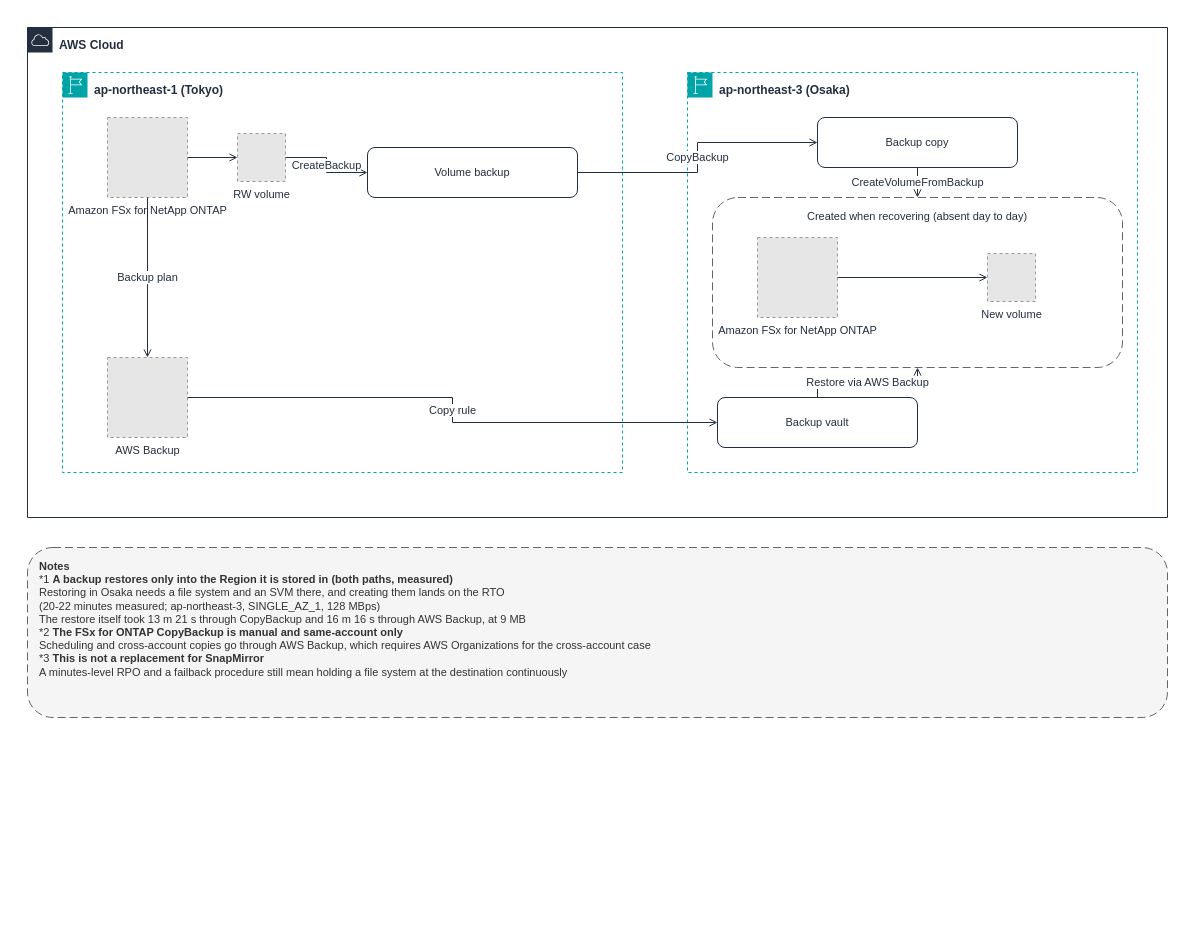
Yoshiki0705/FSx-for-ONTAP-Adoption-Playbook keeps this draw.io diagram as docs/_assets/diagrams/backup-copy-cross-region-en.drawio. Above is the earlier version. Source tidied: cells renumbered, new cells numbered last; positions are measured from the earlier drawing's top-left corner, leaving out a move shared by most shapes. Both pictures are drawn from the tidied source at 100%, with x=0, y=0 at pixel (27, 27). Pictures stored in the file or linked from it are replaced by grey dashed boxes.
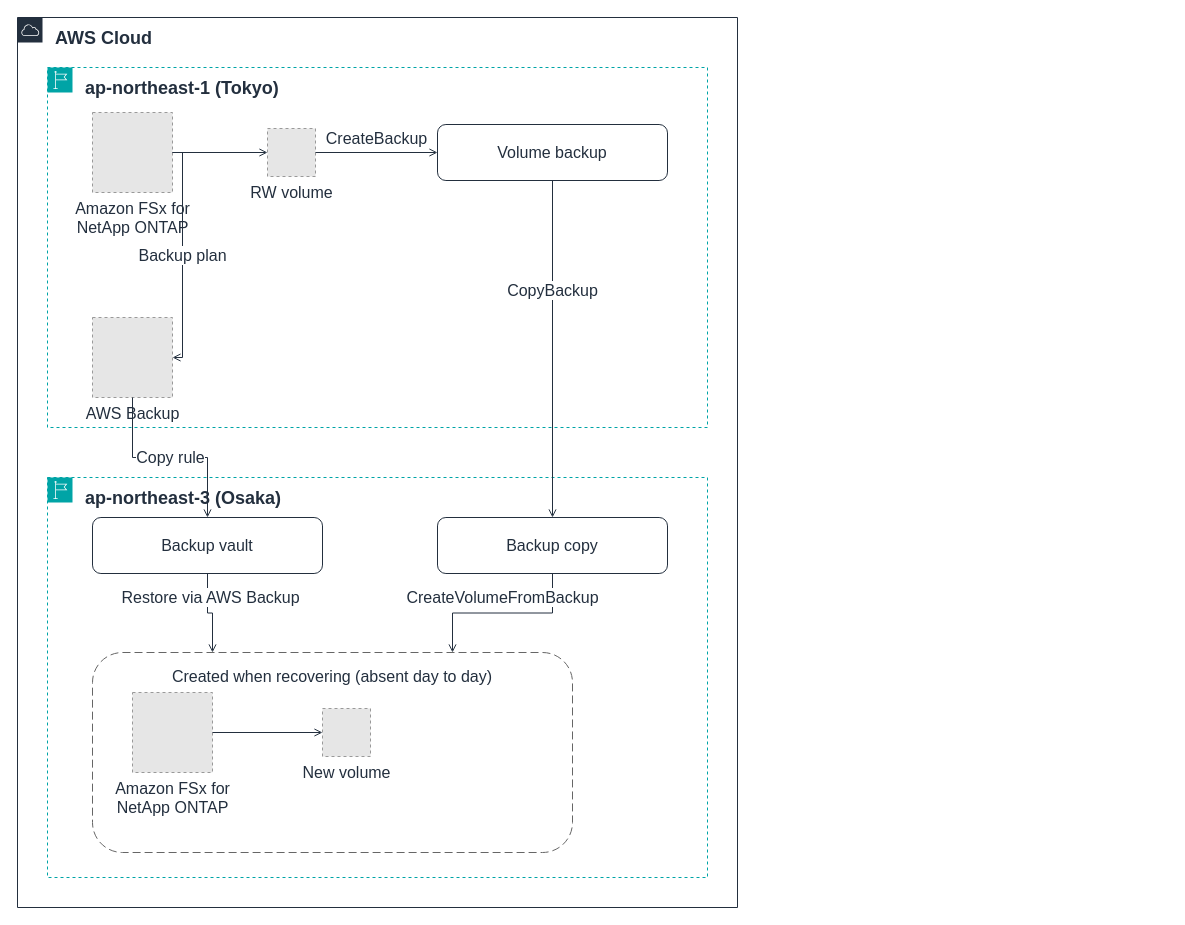
The same diagram, later.

What changed in the source:
```diff
@@
-    <mxCell id="2" value="AWS Cloud" style="gradientColor=none;html=1;whiteSpace=wrap;fontSize=12;fontStyle=1;fontColor=#232F3E;shape=mxgraph.aws4.group;grIcon=mxgraph.aws4.group_aws_cloud;strokeColor=#232F3E;fillColor=none;verticalAlign=top;align=left;spacingLeft=30;spacingTop=4;dashed=0;" parent="1" vertex="1">
-      <mxGeometry width="1140" height="490" as="geometry" />
+    <mxCell id="2" value="AWS Cloud" style="gradientColor=none;html=1;whiteSpace=wrap;fontSize=18;fontStyle=1;fontColor=#232F3E;shape=mxgraph.aws4.group;grIcon=mxgraph.aws4.group_aws_cloud;strokeColor=#232F3E;fillColor=none;verticalAlign=top;align=left;spacingLeft=36;spacingTop=4;dashed=0;" parent="1" vertex="1">
+      <mxGeometry x="-10" y="-10" width="720" height="890" as="geometry" />
     </mxCell>
-    <mxCell id="3" value="ap-northeast-1 (Tokyo)" style="gradientColor=none;html=1;whiteSpace=wrap;fontSize=12;fontStyle=1;fontColor=#232F3E;shape=mxgraph.aws4.group;grIcon=mxgraph.aws4.group_region;strokeColor=#00A4A6;fillColor=none;verticalAlign=top;align=left;spacingLeft=30;spacingTop=4;dashed=1;" parent="1" vertex="1">
-      <mxGeometry x="35" y="45" width="560" height="400" as="geometry" />
+    <mxCell id="3" value="ap-northeast-1 (Tokyo)" style="gradientColor=none;html=1;whiteSpace=wrap;fontSize=18;fontStyle=1;fontColor=#232F3E;shape=mxgraph.aws4.group;grIcon=mxgraph.aws4.group_region;strokeColor=#00A4A6;fillColor=none;verticalAlign=top;align=left;spacingLeft=36;spacingTop=4;dashed=1;" parent="1" vertex="1">
+      <mxGeometry x="20" y="40" width="660" height="360" as="geometry" />
     </mxCell>
-    <mxCell id="4" value="ap-northeast-3 (Osaka)" style="gradientColor=none;html=1;whiteSpace=wrap;fontSize=12;fontStyle=1;fontColor=#232F3E;shape=mxgraph.aws4.group;grIcon=mxgraph.aws4.group_region;strokeColor=#00A4A6;fillColor=none;verticalAlign=top;align=left;spacingLeft=30;spacingTop=4;dashed=1;" parent="1" vertex="1">
-      <mxGeometry x="660" y="45" width="450" height="400" as="geometry" />
+    <mxCell id="4" value="ap-northeast-3 (Osaka)" style="gradientColor=none;html=1;whiteSpace=wrap;fontSize=18;fontStyle=1;fontColor=#232F3E;shape=mxgraph.aws4.group;grIcon=mxgraph.aws4.group_region;strokeColor=#00A4A6;fillColor=none;verticalAlign=top;align=left;spacingLeft=36;spacingTop=4;dashed=1;" parent="1" vertex="1">
+      <mxGeometry x="20" y="450" width="660" height="400" as="geometry" />
     </mxCell>
-    <mxCell id="5" value="Created when recovering (absent day to day)" style="rounded=1;whiteSpace=wrap;html=1;dashed=1;dashPattern=8 4;strokeColor=#666666;fillColor=none;fontColor=#232F3E;fontSize=11;verticalAlign=top;align=center;spacingTop=6;" parent="1" vertex="1">
-      <mxGeometry x="685" y="170" width="410" height="170" as="geometry" />
+    <mxCell id="5" value="Created when recovering (absent day to day)" style="rounded=1;whiteSpace=wrap;html=1;dashed=1;dashPattern=8 4;strokeColor=#666666;fillColor=none;fontColor=#232F3E;fontSize=16;verticalAlign=top;align=center;spacingTop=8;" parent="1" vertex="1">
+      <mxGeometry x="65" y="625" width="480" height="200" as="geometry" />
     </mxCell>
-    <mxCell id="6" value="Volume backup" style="rounded=1;whiteSpace=wrap;html=1;strokeColor=#232F3E;fillColor=none;fontColor=#232F3E;fontSize=11;verticalAlign=middle;align=center;" parent="1" vertex="1">
-      <mxGeometry x="340" y="120" width="210" height="50" as="geometry" />
+    <mxCell id="6" value="Volume backup" style="rounded=1;whiteSpace=wrap;html=1;strokeColor=#232F3E;fillColor=none;fontColor=#232F3E;fontSize=16;verticalAlign=middle;align=center;" parent="1" vertex="1">
+      <mxGeometry x="410" y="97" width="230" height="56" as="geometry" />
     </mxCell>
-    <mxCell id="7" value="Backup copy" style="rounded=1;whiteSpace=wrap;html=1;strokeColor=#232F3E;fillColor=none;fontColor=#232F3E;fontSize=11;verticalAlign=middle;align=center;" parent="1" vertex="1">
-      <mxGeometry x="790" y="90" width="200" height="50" as="geometry" />
+    <mxCell id="7" value="Backup copy" style="rounded=1;whiteSpace=wrap;html=1;strokeColor=#232F3E;fillColor=none;fontColor=#232F3E;fontSize=16;verticalAlign=middle;align=center;" parent="1" vertex="1">
+      <mxGeometry x="410" y="490" width="230" height="56" as="geometry" />
     </mxCell>
-    <mxCell id="8" value="Backup vault" style="rounded=1;whiteSpace=wrap;html=1;strokeColor=#232F3E;fillColor=none;fontColor=#232F3E;fontSize=11;verticalAlign=middle;align=center;" parent="1" vertex="1">
-      <mxGeometry x="690" y="370" width="200" height="50" as="geometry" />
+    <mxCell id="8" value="Backup vault" style="rounded=1;whiteSpace=wrap;html=1;strokeColor=#232F3E;fillColor=none;fontColor=#232F3E;fontSize=16;verticalAlign=middle;align=center;" parent="1" vertex="1">
+      <mxGeometry x="65" y="490" width="230" height="56" as="geometry" />
     </mxCell>
-    <mxCell id="9" value="Amazon FSx for NetApp ONTAP" style="fillColor=#E6E6E6;strokeColor=#999999;dashed=1;html=1;verticalLabelPosition=bottom;verticalAlign=top;labelPosition=center;align=center;fontSize=11;fontColor=#232F3E;" parent="1" vertex="1">
-      <mxGeometry x="80" y="90" width="80" height="80" as="geometry" />
+    <mxCell id="9" value="Amazon FSx for&lt;br&gt;NetApp ONTAP" style="fillColor=#E6E6E6;strokeColor=#999999;dashed=1;html=1;verticalLabelPosition=bottom;verticalAlign=top;labelPosition=center;align=center;fontSize=16;fontColor=#232F3E;" parent="1" vertex="1">
+      <mxGeometry x="65" y="85" width="80" height="80" as="geometry" />
     </mxCell>
-    <mxCell id="10" value="RW volume" style="fillColor=#E6E6E6;strokeColor=#999999;dashed=1;html=1;verticalLabelPosition=bottom;verticalAlign=top;labelPosition=center;align=center;fontSize=11;fontColor=#232F3E;" parent="1" vertex="1">
-      <mxGeometry x="210" y="106" width="48" height="48" as="geometry" />
+    <mxCell id="10" value="RW volume" style="fillColor=#E6E6E6;strokeColor=#999999;dashed=1;html=1;verticalLabelPosition=bottom;verticalAlign=top;labelPosition=center;align=center;fontSize=16;fontColor=#232F3E;" parent="1" vertex="1">
+      <mxGeometry x="240" y="101" width="48" height="48" as="geometry" />
     </mxCell>
-    <mxCell id="11" value="AWS Backup" style="fillColor=#E6E6E6;strokeColor=#999999;dashed=1;html=1;verticalLabelPosition=bottom;verticalAlign=top;labelPosition=center;align=center;fontSize=11;fontColor=#232F3E;" parent="1" vertex="1">
-      <mxGeometry x="80" y="330" width="80" height="80" as="geometry" />
+    <mxCell id="11" value="AWS Backup" style="fillColor=#E6E6E6;strokeColor=#999999;dashed=1;html=1;verticalLabelPosition=bottom;verticalAlign=top;labelPosition=center;align=center;fontSize=16;fontColor=#232F3E;" parent="1" vertex="1">
+      <mxGeometry x="65" y="290" width="80" height="80" as="geometry" />
     </mxCell>
-    <mxCell id="12" value="Amazon FSx for NetApp ONTAP" style="fillColor=#E6E6E6;strokeColor=#999999;dashed=1;html=1;verticalLabelPosition=bottom;verticalAlign=top;labelPosition=center;align=center;fontSize=11;fontColor=#232F3E;" parent="1" vertex="1">
-      <mxGeometry x="730" y="210" width="80" height="80" as="geometry" />
+    <mxCell id="12" value="Amazon FSx for&lt;br&gt;NetApp ONTAP" style="fillColor=#E6E6E6;strokeColor=#999999;dashed=1;html=1;verticalLabelPosition=bottom;verticalAlign=top;labelPosition=center;align=center;fontSize=16;fontColor=#232F3E;" parent="1" vertex="1">
+      <mxGeometry x="105" y="665" width="80" height="80" as="geometry" />
     </mxCell>
-    <mxCell id="13" value="New volume" style="fillColor=#E6E6E6;strokeColor=#999999;dashed=1;html=1;verticalLabelPosition=bottom;verticalAlign=top;labelPosition=center;align=center;fontSize=11;fontColor=#232F3E;" parent="1" vertex="1">
-      <mxGeometry x="960" y="226" width="48" height="48" as="geometry" />
+    <mxCell id="13" value="New volume" style="fillColor=#E6E6E6;strokeColor=#999999;dashed=1;html=1;verticalLabelPosition=bottom;verticalAlign=top;labelPosition=center;align=center;fontSize=16;fontColor=#232F3E;" parent="1" vertex="1">
+      <mxGeometry x="295" y="681" width="48" height="48" as="geometry" />
     </mxCell>
-    <mxCell id="14" style="edgeStyle=orthogonalEdgeStyle;rounded=0;html=1;endArrow=open;endFill=0;strokeColor=#232F3E;strokeWidth=1;fontSize=11;fontColor=#232F3E;labelBackgroundColor=#FFFFFF;" parent="1" edge="1" source="9" target="10">
+    <mxCell id="14" style="edgeStyle=orthogonalEdgeStyle;rounded=0;html=1;endArrow=open;endFill=0;strokeColor=#232F3E;strokeWidth=1;fontSize=16;fontColor=#232F3E;labelBackgroundColor=#FFFFFF;" parent="1" edge="1" source="9" target="10">
       <mxGeometry relative="1" as="geometry" />
     </mxCell>
-    <mxCell id="15" value="CreateBackup" style="edgeStyle=orthogonalEdgeStyle;rounded=0;html=1;endArrow=open;endFill=0;strokeColor=#232F3E;strokeWidth=1;fontSize=11;fontColor=#232F3E;labelBackgroundColor=#FFFFFF;" parent="1" edge="1" source="10" target="6">
-      <mxGeometry relative="1" as="geometry" />
+    <mxCell id="15" value="CreateBackup" style="edgeStyle=orthogonalEdgeStyle;rounded=0;html=1;endArrow=open;endFill=0;strokeColor=#232F3E;strokeWidth=1;fontSize=16;fontColor=#232F3E;labelBackgroundColor=#FFFFFF;" parent="1" edge="1" source="10" target="6">
+      <mxGeometry relative="1" as="geometry">
+        <mxPoint y="-14" as="offset" />
+      </mxGeometry>
     </mxCell>
-    <mxCell id="16" value="CopyBackup" style="edgeStyle=orthogonalEdgeStyle;rounded=0;html=1;endArrow=open;endFill=0;strokeColor=#232F3E;strokeWidth=1;fontSize=11;fontColor=#232F3E;labelBackgroundColor=#FFFFFF;" parent="1" edge="1" source="6" target="7">
-      <mxGeometry relative="1" as="geometry" />
+    <mxCell id="16" value="CopyBackup" style="edgeStyle=orthogonalEdgeStyle;rounded=0;html=1;endArrow=open;endFill=0;strokeColor=#232F3E;strokeWidth=1;fontSize=16;fontColor=#232F3E;labelBackgroundColor=#FFFFFF;exitX=0.5;exitY=1.0;exitDx=0;exitDy=0;entryX=0.5;entryY=0.0;entryDx=0;entryDy=0;" parent="1" edge="1" source="6" target="7">
+      <mxGeometry x="-0.35" relative="1" as="geometry" />
     </mxCell>
-    <mxCell id="17" value="Backup plan" style="edgeStyle=orthogonalEdgeStyle;rounded=0;html=1;endArrow=open;endFill=0;strokeColor=#232F3E;strokeWidth=1;fontSize=11;fontColor=#232F3E;labelBackgroundColor=#FFFFFF;" parent="1" edge="1" source="9" target="11">
+    <mxCell id="17" value="Backup plan" style="edgeStyle=orthogonalEdgeStyle;rounded=0;html=1;endArrow=open;endFill=0;strokeColor=#232F3E;strokeWidth=1;fontSize=16;fontColor=#232F3E;labelBackgroundColor=#FFFFFF;exitX=1.0;exitY=0.5;exitDx=0;exitDy=0;entryX=1.0;entryY=0.5;entryDx=0;entryDy=0;" parent="1" edge="1" source="9" target="11">
       <mxGeometry relative="1" as="geometry" />
     </mxCell>
-    <mxCell id="18" value="Copy rule" style="edgeStyle=orthogonalEdgeStyle;rounded=0;html=1;endArrow=open;endFill=0;strokeColor=#232F3E;strokeWidth=1;fontSize=11;fontColor=#232F3E;labelBackgroundColor=#FFFFFF;" parent="1" edge="1" source="11" target="8">
+    <mxCell id="18" value="Copy rule" style="edgeStyle=orthogonalEdgeStyle;rounded=0;html=1;endArrow=open;endFill=0;strokeColor=#232F3E;strokeWidth=1;fontSize=16;fontColor=#232F3E;labelBackgroundColor=#FFFFFF;exitX=0.5;exitY=1.0;exitDx=0;exitDy=0;entryX=0.5;entryY=0.0;entryDx=0;entryDy=0;" parent="1" edge="1" source="11" target="8">
       <mxGeometry relative="1" as="geometry" />
     </mxCell>
-    <mxCell id="19" value="CreateVolumeFromBackup" style="edgeStyle=orthogonalEdgeStyle;rounded=0;html=1;endArrow=open;endFill=0;strokeColor=#232F3E;strokeWidth=1;fontSize=11;fontColor=#232F3E;labelBackgroundColor=#FFFFFF;exitX=0.5;exitY=1.0;exitDx=0;exitDy=0;entryX=0.5;entryY=0.0;entryDx=0;entryDy=0;" parent="1" edge="1" source="7" target="5">
-      <mxGeometry relative="1" as="geometry" />
+    <mxCell id="19" value="CreateVolumeFromBackup" style="edgeStyle=orthogonalEdgeStyle;rounded=0;html=1;endArrow=open;endFill=0;strokeColor=#232F3E;strokeWidth=1;fontSize=16;fontColor=#232F3E;labelBackgroundColor=#FFFFFF;exitX=0.5;exitY=1.0;exitDx=0;exitDy=0;entryX=0.75;entryY=0.0;entryDx=0;entryDy=0;" parent="1" edge="1" source="7" target="5">
+      <mxGeometry relative="1" as="geometry">
+        <mxPoint y="-16" as="offset" />
+      </mxGeometry>
     </mxCell>
-    <mxCell id="20" value="Restore via AWS Backup" style="edgeStyle=orthogonalEdgeStyle;rounded=0;html=1;endArrow=open;endFill=0;strokeColor=#232F3E;strokeWidth=1;fontSize=11;fontColor=#232F3E;labelBackgroundColor=#FFFFFF;exitX=0.5;exitY=0.0;exitDx=0;exitDy=0;entryX=0.5;entryY=1.0;entryDx=0;entryDy=0;" parent="1" edge="1" source="8" target="5">
-      <mxGeometry relative="1" as="geometry" />
+    <mxCell id="20" value="Restore via AWS Backup" style="edgeStyle=orthogonalEdgeStyle;rounded=0;html=1;endArrow=open;endFill=0;strokeColor=#232F3E;strokeWidth=1;fontSize=16;fontColor=#232F3E;labelBackgroundColor=#FFFFFF;exitX=0.5;exitY=1.0;exitDx=0;exitDy=0;entryX=0.25;entryY=0.0;entryDx=0;entryDy=0;" parent="1" edge="1" source="8" target="5">
+      <mxGeometry relative="1" as="geometry">
+        <mxPoint y="-16" as="offset" />
+      </mxGeometry>
     </mxCell>
-    <mxCell id="21" style="edgeStyle=orthogonalEdgeStyle;rounded=0;html=1;endArrow=open;endFill=0;strokeColor=#232F3E;strokeWidth=1;fontSize=11;fontColor=#232F3E;labelBackgroundColor=#FFFFFF;" parent="1" edge="1" source="12" target="13">
+    <mxCell id="21" style="edgeStyle=orthogonalEdgeStyle;rounded=0;html=1;endArrow=open;endFill=0;strokeColor=#232F3E;strokeWidth=1;fontSize=16;fontColor=#232F3E;labelBackgroundColor=#FFFFFF;" parent="1" edge="1" source="12" target="13">
       <mxGeometry relative="1" as="geometry" />
     </mxCell>
-    <mxCell id="22" value="&lt;b&gt;Notes&lt;/b&gt;&lt;br&gt;*1 &lt;b&gt;A backup restores only into the Region it is stored in (both paths, measured)&lt;/b&gt;&lt;br&gt;Restoring in Osaka needs a file system and an SVM there, and creating them lands on the RTO&lt;br&gt;(20-22 minutes measured; ap-northeast-3, SINGLE_AZ_1, 128 MBps)&lt;br&gt;The restore itself took 13 m 21 s through CopyBackup and 16 m 16 s through AWS Backup, at 9 MB&lt;br&gt;*2 &lt;b&gt;The FSx for ONTAP CopyBackup is manual and same-account only&lt;/b&gt;&lt;br&gt;Scheduling and cross-account copies go through AWS Backup, which requires AWS Organizations for the cross-account case&lt;br&gt;*3 &lt;b&gt;This is not a replacement for SnapMirror&lt;/b&gt;&lt;br&gt;A minutes-level RPO and a failback procedure still mean holding a file system at the destination continuously" style="rounded=1;whiteSpace=wrap;html=1;dashed=1;dashPattern=8 4;strokeColor=#666666;fillColor=#F5F5F5;fontColor=#333333;fontSize=11;align=left;verticalAlign=top;spacingLeft=10;spacingTop=6;" parent="1" vertex="1">
-      <mxGeometry y="520" width="1140" height="170" as="geometry" />
-    </mxCell>
```
